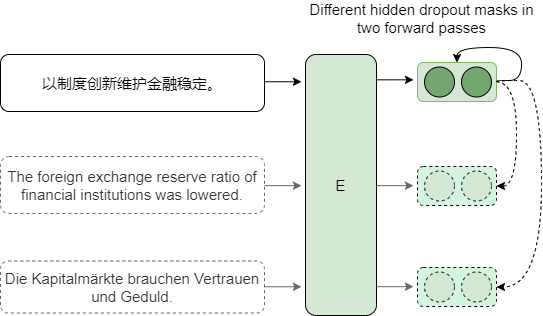
Before: lk1.drawio.png, a diagram exported from draw.io (lakomi/pictures). Source tidied: cells renumbered, new cells last; positions are measured from the earlier drawing's top-left corner, leaving out a move shared by most shapes.
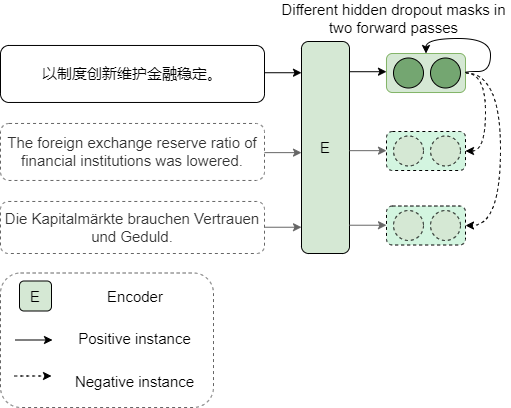
Above is the later version.

Diff of the diagram source:
```diff
@@ -3,71 +3,71 @@
     <mxCell id="0" />
     <mxCell id="1" parent="0" />
     <mxCell id="2" value="E" style="rounded=1;whiteSpace=wrap;html=1;fillColor=#d5e8d4;strokeColor=#000000;fontSize=15;" parent="1" vertex="1">
-      <mxGeometry x="305" y="51" width="71" height="261" as="geometry" />
+      <mxGeometry x="328" y="73" width="48" height="212" as="geometry" />
     </mxCell>
     <mxCell id="3" value="以制度创新维护金融稳定。" style="rounded=1;whiteSpace=wrap;html=1;fontSize=15;" parent="1" vertex="1">
-      <mxGeometry y="51" width="264" height="57" as="geometry" />
+      <mxGeometry x="27" y="77" width="264" height="57" as="geometry" />
     </mxCell>
     <mxCell id="4" value="The foreign exchange reserve ratio of financial institutions was lowered." style="rounded=1;whiteSpace=wrap;html=1;dashed=1;fillColor=none;fontColor=#333333;strokeColor=#666666;fontSize=15;" parent="1" vertex="1">
-      <mxGeometry y="153" width="264" height="57" as="geometry" />
+      <mxGeometry x="27" y="155" width="264" height="57" as="geometry" />
     </mxCell>
     <mxCell id="5" value="Die Kapitalmärkte brauchen Vertrauen und Geduld." style="rounded=1;whiteSpace=wrap;html=1;dashed=1;fillColor=none;fontColor=#333333;strokeColor=#666666;fontSize=15;" parent="1" vertex="1">
-      <mxGeometry y="257.5" width="264" height="52" as="geometry" />
+      <mxGeometry x="27" y="233" width="264" height="52" as="geometry" />
     </mxCell>
     <mxCell id="6" value="Different hidden dropout masks in two forward passes" style="text;html=1;strokeColor=none;fillColor=none;align=center;verticalAlign=middle;whiteSpace=wrap;rounded=0;fontSize=15;" parent="1" vertex="1">
-      <mxGeometry x="305" width="233" height="30" as="geometry" />
+      <mxGeometry x="304" y="35" width="233" height="30" as="geometry" />
     </mxCell>
     <mxCell id="7" style="edgeStyle=orthogonalEdgeStyle;curved=1;rounded=0;jettySize=auto;html=1;exitX=1;exitY=0.5;exitDx=0;exitDy=0;entryX=1;entryY=0.5;entryDx=0;entryDy=0;dashed=1;fontSize=15;" parent="1" edge="1" source="9" target="12">
       <mxGeometry relative="1" as="geometry" />
     </mxCell>
-    <mxCell id="8" style="edgeStyle=orthogonalEdgeStyle;curved=1;rounded=0;jettySize=auto;html=1;exitX=1;exitY=0.5;exitDx=0;exitDy=0;entryX=1;entryY=0.5;entryDx=0;entryDy=0;dashed=1;fontSize=15;" parent="1" edge="1" source="9" target="15">
+    <mxCell id="8" style="edgeStyle=orthogonalEdgeStyle;curved=1;rounded=0;jettySize=auto;html=1;exitX=1;exitY=0.5;exitDx=0;exitDy=0;entryX=1;entryY=0.5;entryDx=0;entryDy=0;fontSize=15;dashed=1;" parent="1" edge="1" source="9" target="15">
       <mxGeometry relative="1" as="geometry">
         <Array as="points">
-          <mxPoint x="541" y="77" />
-          <mxPoint x="541" y="284" />
+          <mxPoint x="527" y="104" />
+          <mxPoint x="527" y="257" />
         </Array>
       </mxGeometry>
     </mxCell>
     <mxCell id="9" style="rounded=1;whiteSpace=wrap;html=1;fillColor=#d5e8d4;strokeColor=#82b366;fontSize=15;" parent="1" vertex="1">
-      <mxGeometry x="417" y="59" width="79" height="39" as="geometry" />
+      <mxGeometry x="413" y="85" width="79" height="39" as="geometry" />
     </mxCell>
     <mxCell id="10" style="ellipse;whiteSpace=wrap;html=1;fillColor=#74A671;strokeColor=#000000;fontSize=15;" parent="1" vertex="1">
-      <mxGeometry x="424" y="63.5" width="30" height="30" as="geometry" />
+      <mxGeometry x="420" y="89.5" width="30" height="30" as="geometry" />
     </mxCell>
     <mxCell id="11" style="ellipse;whiteSpace=wrap;html=1;fillColor=#74A671;strokeColor=#000000;fontSize=15;" parent="1" vertex="1">
-      <mxGeometry x="461" y="63.5" width="30" height="30" as="geometry" />
+      <mxGeometry x="457" y="89.5" width="30" height="30" as="geometry" />
     </mxCell>
     <mxCell id="12" style="rounded=1;whiteSpace=wrap;html=1;dashed=1;fillColor=#D3F5E0;strokeColor=#000000;fontSize=15;" parent="1" vertex="1">
-      <mxGeometry x="417" y="163" width="79" height="39" as="geometry" />
+      <mxGeometry x="413" y="163" width="79" height="39" as="geometry" />
     </mxCell>
     <mxCell id="13" style="ellipse;whiteSpace=wrap;html=1;dashed=1;fillColor=#d5e8d4;strokeColor=#000000;fontSize=15;" parent="1" vertex="1">
-      <mxGeometry x="424" y="167.5" width="30" height="30" as="geometry" />
+      <mxGeometry x="420" y="167.5" width="30" height="30" as="geometry" />
     </mxCell>
     <mxCell id="14" style="ellipse;whiteSpace=wrap;html=1;dashed=1;fillColor=#d5e8d4;strokeColor=#000000;fontSize=15;" parent="1" vertex="1">
-      <mxGeometry x="461" y="167.5" width="30" height="30" as="geometry" />
+      <mxGeometry x="457" y="167.5" width="30" height="30" as="geometry" />
     </mxCell>
     <mxCell id="15" style="rounded=1;whiteSpace=wrap;html=1;dashed=1;fillColor=#D3F5E0;strokeColor=#000000;fontSize=15;" parent="1" vertex="1">
-      <mxGeometry x="417" y="264" width="79" height="39" as="geometry" />
+      <mxGeometry x="413" y="237.5" width="79" height="39" as="geometry" />
     </mxCell>
     <mxCell id="16" style="ellipse;whiteSpace=wrap;html=1;dashed=1;fillColor=#d5e8d4;strokeColor=#000000;fontSize=15;" parent="1" vertex="1">
-      <mxGeometry x="424" y="268.5" width="30" height="30" as="geometry" />
+      <mxGeometry x="420" y="242" width="30" height="30" as="geometry" />
     </mxCell>
     <mxCell id="17" style="ellipse;whiteSpace=wrap;html=1;dashed=1;fillColor=#d5e8d4;strokeColor=#000000;fontSize=15;" parent="1" vertex="1">
-      <mxGeometry x="461" y="268.5" width="30" height="30" as="geometry" />
+      <mxGeometry x="457" y="242" width="30" height="30" as="geometry" />
     </mxCell>
     <mxCell id="18" style="edgeStyle=orthogonalEdgeStyle;rounded=0;orthogonalLoop=1;jettySize=auto;html=1;exitX=1;exitY=0.5;exitDx=0;exitDy=0;entryX=0.5;entryY=0;entryDx=0;entryDy=0;curved=1;fontSize=15;" parent="1" edge="1" source="9" target="9">
       <mxGeometry relative="1" as="geometry">
         <Array as="points">
-          <mxPoint x="521" y="77" />
-          <mxPoint x="521" y="44" />
-          <mxPoint x="457" y="44" />
+          <mxPoint x="517" y="103" />
+          <mxPoint x="517" y="70" />
+          <mxPoint x="453" y="70" />
         </Array>
       </mxGeometry>
     </mxCell>
     <mxCell id="19" style="endArrow=classic;html=1;rounded=0;curved=1;fontSize=15;" parent="1" edge="1">
       <mxGeometry relative="1" as="geometry">
-        <mxPoint x="376" y="76.3" as="sourcePoint" />
-        <mxPoint x="413" y="76.3" as="targetPoint" />
+        <mxPoint x="376" y="103.2" as="sourcePoint" />
+        <mxPoint x="413" y="103.2" as="targetPoint" />
       </mxGeometry>
     </mxCell>
     <mxCell id="20" style="endArrow=classic;html=1;rounded=0;curved=1;fillColor=#f5f5f5;strokeColor=#666666;fontSize=15;" parent="1" edge="1">
@@ -78,27 +78,54 @@
     </mxCell>
     <mxCell id="21" style="endArrow=classic;html=1;rounded=0;curved=1;fillColor=#f5f5f5;strokeColor=#666666;fontSize=15;" parent="1" edge="1">
       <mxGeometry relative="1" as="geometry">
-        <mxPoint x="376" y="283.2" as="sourcePoint" />
-        <mxPoint x="413" y="283.2" as="targetPoint" />
+        <mxPoint x="376" y="256.7" as="sourcePoint" />
+        <mxPoint x="413" y="256.7" as="targetPoint" />
       </mxGeometry>
     </mxCell>
     <mxCell id="22" style="endArrow=classic;html=1;rounded=0;curved=1;fontSize=15;" parent="1" edge="1">
       <mxGeometry relative="1" as="geometry">
-        <mxPoint x="264" y="78.3" as="sourcePoint" />
-        <mxPoint x="301" y="78.3" as="targetPoint" />
+        <mxPoint x="291" y="104.2" as="sourcePoint" />
+        <mxPoint x="328" y="104.2" as="targetPoint" />
       </mxGeometry>
     </mxCell>
     <mxCell id="23" style="endArrow=classic;html=1;rounded=0;curved=1;fillColor=#f5f5f5;strokeColor=#666666;fontSize=15;" parent="1" edge="1">
       <mxGeometry relative="1" as="geometry">
-        <mxPoint x="264" y="182.2" as="sourcePoint" />
-        <mxPoint x="301" y="182.2" as="targetPoint" />
+        <mxPoint x="291" y="184.1" as="sourcePoint" />
+        <mxPoint x="328" y="184.1" as="targetPoint" />
       </mxGeometry>
     </mxCell>
     <mxCell id="24" style="endArrow=classic;html=1;rounded=0;curved=1;fillColor=#f5f5f5;strokeColor=#666666;fontSize=15;" parent="1" edge="1">
       <mxGeometry relative="1" as="geometry">
-        <mxPoint x="264" y="283.3" as="sourcePoint" />
-        <mxPoint x="301" y="283.3" as="targetPoint" />
+        <mxPoint x="291" y="258.7" as="sourcePoint" />
+        <mxPoint x="328" y="258.7" as="targetPoint" />
       </mxGeometry>
     </mxCell>
+    <mxCell id="25" style="rounded=1;whiteSpace=wrap;html=1;dashed=1;fillColor=none;fontColor=#333333;strokeColor=#666666;fontSize=15;" parent="1" vertex="1">
+      <mxGeometry x="27" y="304.5" width="213" height="134.5" as="geometry" />
+    </mxCell>
+    <mxCell id="26" value="E" style="rounded=1;whiteSpace=wrap;html=1;fillColor=#d5e8d4;strokeColor=#000000;fontSize=15;" parent="1" vertex="1">
+      <mxGeometry x="46" y="312.5" width="32" height="30" as="geometry" />
+    </mxCell>
+    <mxCell id="27" value="Encoder" style="text;html=1;strokeColor=none;fillColor=none;align=center;verticalAlign=middle;whiteSpace=wrap;rounded=0;dashed=1;fontSize=15;" parent="1" vertex="1">
+      <mxGeometry x="131.5" y="312.5" width="60" height="30" as="geometry" />
+    </mxCell>
+    <mxCell id="28" style="endArrow=classic;html=1;rounded=0;curved=1;fillColor=#f5f5f5;strokeColor=#000000;fontSize=15;" parent="1" edge="1">
+      <mxGeometry relative="1" as="geometry">
+        <mxPoint x="42" y="371.5" as="sourcePoint" />
+        <mxPoint x="79" y="371.5" as="targetPoint" />
+      </mxGeometry>
+    </mxCell>
+    <mxCell id="29" value="Positive instance" style="text;html=1;strokeColor=none;fillColor=none;align=center;verticalAlign=middle;whiteSpace=wrap;rounded=0;dashed=1;fontSize=15;" parent="1" vertex="1">
+      <mxGeometry x="101" y="355" width="121" height="30" as="geometry" />
+    </mxCell>
+    <mxCell id="30" style="endArrow=classic;html=1;rounded=0;curved=1;fillColor=#f5f5f5;strokeColor=#000000;fontSize=15;dashed=1;" parent="1" edge="1">
+      <mxGeometry relative="1" as="geometry">
+        <mxPoint x="41" y="407.5" as="sourcePoint" />
+        <mxPoint x="78" y="407.5" as="targetPoint" />
+      </mxGeometry>
+    </mxCell>
+    <mxCell id="31" value="Negative&amp;nbsp;instance" style="text;html=1;strokeColor=none;fillColor=none;align=center;verticalAlign=middle;whiteSpace=wrap;rounded=0;dashed=1;fontSize=15;" parent="1" vertex="1">
+      <mxGeometry x="101" y="397.5" width="121" height="30" as="geometry" />
+    </mxCell>
   </root>
 </mxGraphModel>
```
